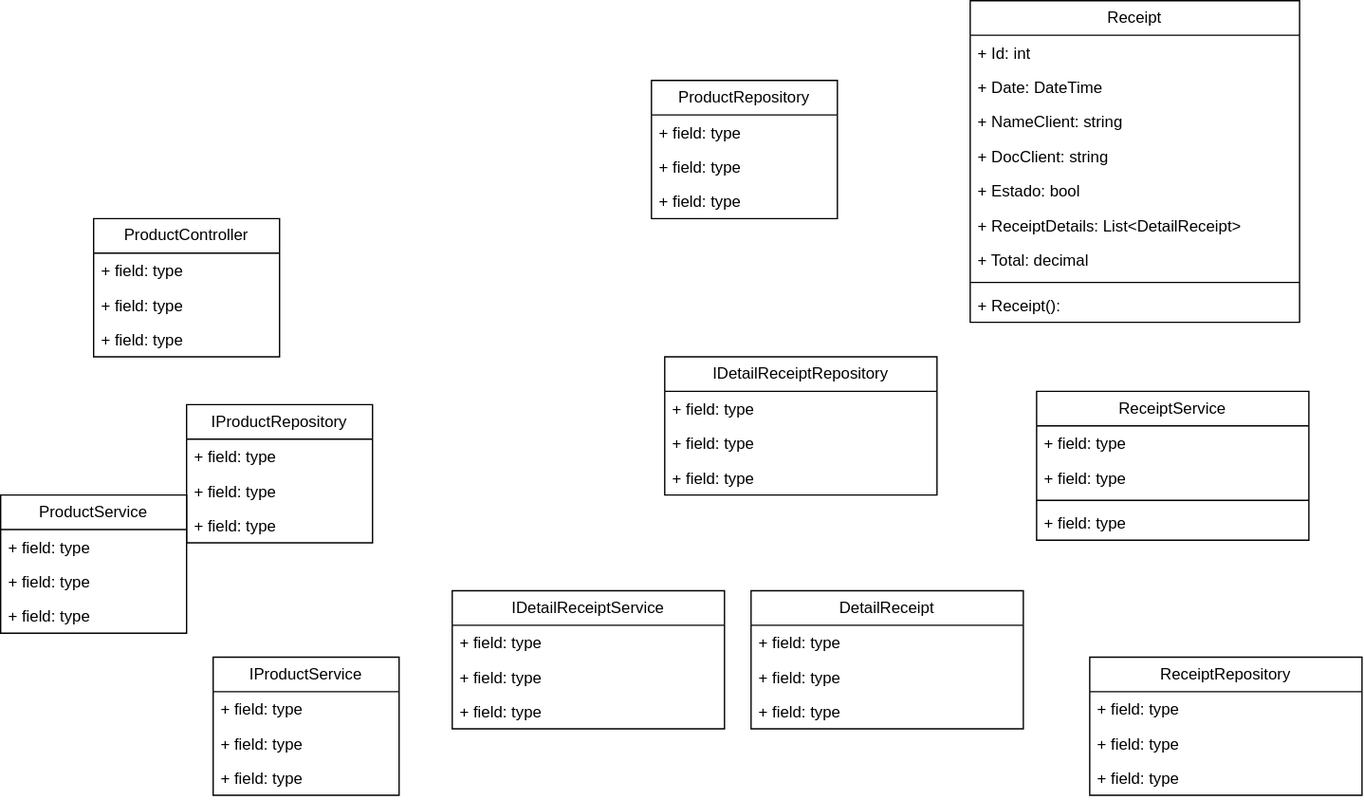
Before: apistore.svg, a diagram exported from draw.io (AlejoR147/ApiStore). Source tidied: cells renumbered, new cells last; positions are measured from the earlier drawing's top-left corner, leaving out a move shared by most shapes.
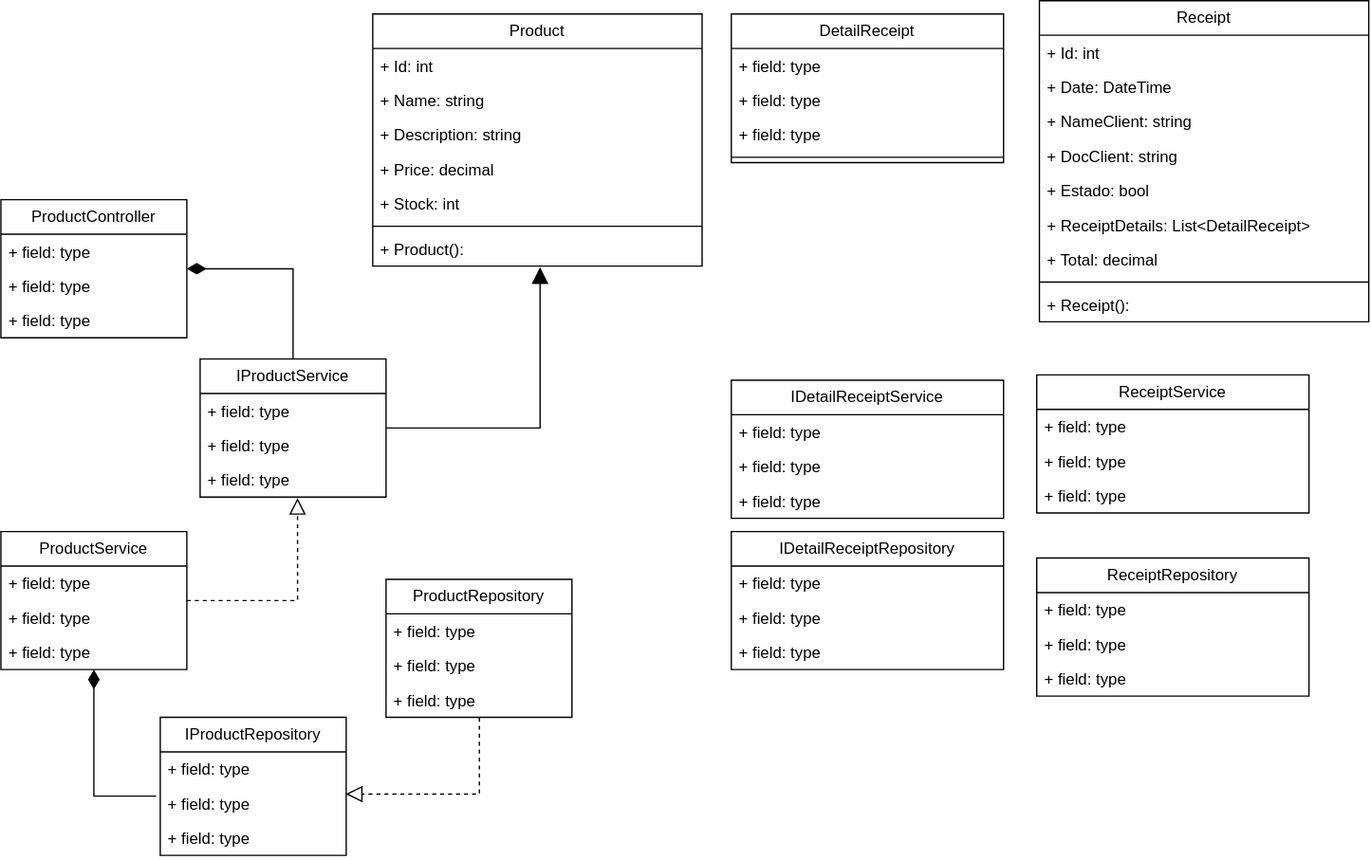
The same file after the commit.

What changed in the source:
```diff
@@ -2,8 +2,11 @@
   <root>
     <mxCell id="0" />
     <mxCell id="1" parent="0" />
+    <mxCell id="53" style="edgeStyle=orthogonalEdgeStyle;rounded=0;jettySize=auto;html=1;exitX=1;exitY=0.5;exitDx=0;exitDy=0;entryX=0.5;entryY=0;entryDx=0;entryDy=0;defaultLabelBackgroundColor=page;startArrow=diamondThin;startFill=1;endArrow=none;endFill=0;startSize=12;" parent="1" edge="1" source="2" target="14">
+      <mxGeometry relative="1" as="geometry" />
+    </mxCell>
     <mxCell id="2" value="ProductController" style="swimlane;fontStyle=0;horizontal=1;startSize=26;fillColor=none;whiteSpace=wrap;html=1;" parent="1" vertex="1">
-      <mxGeometry x="70" y="164" width="140" height="104" as="geometry" />
+      <mxGeometry x="-52" y="150" width="140" height="104" as="geometry" />
     </mxCell>
     <mxCell id="3" value="+ field: type" style="text;strokeColor=none;fillColor=none;align=left;verticalAlign=top;spacingLeft=4;spacingRight=4;overflow=hidden;whiteSpace=wrap;html=1;" parent="2" vertex="1">
       <mxGeometry y="26" width="140" height="26" as="geometry" />
@@ -15,7 +18,7 @@
       <mxGeometry y="78" width="140" height="26" as="geometry" />
     </mxCell>
     <mxCell id="6" value="ProductService" style="swimlane;fontStyle=0;horizontal=1;startSize=26;fillColor=none;whiteSpace=wrap;html=1;" parent="1" vertex="1">
-      <mxGeometry y="372" width="140" height="104" as="geometry" />
+      <mxGeometry x="-52" y="400" width="140" height="104" as="geometry" />
     </mxCell>
     <mxCell id="7" value="+ field: type" style="text;strokeColor=none;fillColor=none;align=left;verticalAlign=top;spacingLeft=4;spacingRight=4;overflow=hidden;whiteSpace=wrap;html=1;" parent="6" vertex="1">
       <mxGeometry y="26" width="140" height="26" as="geometry" />
@@ -27,7 +30,7 @@
       <mxGeometry y="78" width="140" height="26" as="geometry" />
     </mxCell>
     <mxCell id="10" value="ProductRepository" style="swimlane;fontStyle=0;horizontal=1;startSize=26;fillColor=none;whiteSpace=wrap;html=1;" parent="1" vertex="1">
-      <mxGeometry x="490" y="60" width="140" height="104" as="geometry" />
+      <mxGeometry x="238" y="436" width="140" height="104" as="geometry" />
     </mxCell>
     <mxCell id="11" value="+ field: type" style="text;strokeColor=none;fillColor=none;align=left;verticalAlign=top;spacingLeft=4;spacingRight=4;overflow=hidden;whiteSpace=wrap;html=1;" parent="10" vertex="1">
       <mxGeometry y="26" width="140" height="26" as="geometry" />
@@ -38,8 +41,8 @@
     <mxCell id="13" value="+ field: type" style="text;strokeColor=none;fillColor=none;align=left;verticalAlign=top;spacingLeft=4;spacingRight=4;overflow=hidden;points=[[0,0.5],[1,0.5]];portConstraint=eastwest;whiteSpace=wrap;html=1;" parent="10" vertex="1">
       <mxGeometry y="78" width="140" height="26" as="geometry" />
     </mxCell>
-    <mxCell id="14" value="IProductRepository" style="swimlane;fontStyle=0;horizontal=1;startSize=26;fillColor=none;whiteSpace=wrap;html=1;" parent="1" vertex="1">
-      <mxGeometry x="140" y="304" width="140" height="104" as="geometry" />
+    <mxCell id="14" value="IProductService" style="swimlane;fontStyle=0;horizontal=1;startSize=26;fillColor=none;whiteSpace=wrap;html=1;" parent="1" vertex="1">
+      <mxGeometry x="98" y="270" width="140" height="104" as="geometry" />
     </mxCell>
     <mxCell id="15" value="+ field: type" style="text;strokeColor=none;fillColor=none;align=left;verticalAlign=top;spacingLeft=4;spacingRight=4;overflow=hidden;whiteSpace=wrap;html=1;" parent="14" vertex="1">
       <mxGeometry y="26" width="140" height="26" as="geometry" />
@@ -50,8 +53,8 @@
     <mxCell id="17" value="+ field: type" style="text;strokeColor=none;fillColor=none;align=left;verticalAlign=top;spacingLeft=4;spacingRight=4;overflow=hidden;points=[[0,0.5],[1,0.5]];portConstraint=eastwest;whiteSpace=wrap;html=1;" parent="14" vertex="1">
       <mxGeometry y="78" width="140" height="26" as="geometry" />
     </mxCell>
-    <mxCell id="18" value="IProductService" style="swimlane;fontStyle=0;horizontal=1;startSize=26;fillColor=none;whiteSpace=wrap;html=1;" parent="1" vertex="1">
-      <mxGeometry x="160" y="494" width="140" height="104" as="geometry" />
+    <mxCell id="18" value="IProductRepository" style="swimlane;fontStyle=0;horizontal=1;startSize=26;fillColor=none;whiteSpace=wrap;html=1;" parent="1" vertex="1">
+      <mxGeometry x="68" y="540" width="140" height="104" as="geometry" />
     </mxCell>
     <mxCell id="19" value="+ field: type" style="text;strokeColor=none;fillColor=none;align=left;verticalAlign=top;spacingLeft=4;spacingRight=4;overflow=hidden;whiteSpace=wrap;html=1;" parent="18" vertex="1">
       <mxGeometry y="26" width="140" height="26" as="geometry" />
@@ -63,7 +66,7 @@
       <mxGeometry y="78" width="140" height="26" as="geometry" />
     </mxCell>
     <mxCell id="22" value="IDetailReceiptRepository" style="swimlane;fontStyle=0;horizontal=1;startSize=26;fillColor=none;whiteSpace=wrap;html=1;" parent="1" vertex="1">
-      <mxGeometry x="500" y="268" width="205" height="104" as="geometry" />
+      <mxGeometry x="498" y="400" width="205" height="104" as="geometry" />
     </mxCell>
     <mxCell id="23" value="+ field: type" style="text;strokeColor=none;fillColor=none;align=left;verticalAlign=top;spacingLeft=4;spacingRight=4;overflow=hidden;whiteSpace=wrap;html=1;" parent="22" vertex="1">
       <mxGeometry y="26" width="205" height="26" as="geometry" />
@@ -75,7 +78,7 @@
       <mxGeometry y="78" width="205" height="26" as="geometry" />
     </mxCell>
     <mxCell id="26" value="IDetailReceiptService" style="swimlane;fontStyle=0;horizontal=1;startSize=26;fillColor=none;whiteSpace=wrap;html=1;" parent="1" vertex="1">
-      <mxGeometry x="340" y="444" width="205" height="104" as="geometry" />
+      <mxGeometry x="498" y="286" width="205" height="104" as="geometry" />
     </mxCell>
     <mxCell id="27" value="+ field: type" style="text;strokeColor=none;fillColor=none;align=left;verticalAlign=top;spacingLeft=4;spacingRight=4;overflow=hidden;whiteSpace=wrap;html=1;" parent="26" vertex="1">
       <mxGeometry y="26" width="205" height="26" as="geometry" />
@@ -87,7 +90,7 @@
       <mxGeometry y="78" width="205" height="26" as="geometry" />
     </mxCell>
     <mxCell id="30" value="DetailReceipt" style="swimlane;fontStyle=0;horizontal=1;startSize=26;fillColor=none;whiteSpace=wrap;html=1;" parent="1" vertex="1">
-      <mxGeometry x="565" y="444" width="205" height="104" as="geometry" />
+      <mxGeometry x="498" y="10" width="205" height="112" as="geometry" />
     </mxCell>
     <mxCell id="31" value="+ field: type" style="text;strokeColor=none;fillColor=none;align=left;verticalAlign=top;spacingLeft=4;spacingRight=4;overflow=hidden;whiteSpace=wrap;html=1;" parent="30" vertex="1">
       <mxGeometry y="26" width="205" height="26" as="geometry" />
@@ -98,6 +101,9 @@
     <mxCell id="33" value="+ field: type" style="text;strokeColor=none;fillColor=none;align=left;verticalAlign=top;spacingLeft=4;spacingRight=4;overflow=hidden;whiteSpace=wrap;html=1;" parent="30" vertex="1">
       <mxGeometry y="78" width="205" height="26" as="geometry" />
     </mxCell>
+    <mxCell id="54" style="line;strokeWidth=1;fillColor=none;align=left;verticalAlign=middle;spacingTop=-1;spacingLeft=3;spacingRight=3;labelPosition=right;strokeColor=inherit;labelPerimeter=1;" parent="30" vertex="1">
+      <mxGeometry y="104" width="205" height="8" as="geometry" />
+    </mxCell>
     <mxCell id="34" value="Receipt" style="swimlane;fontStyle=0;horizontal=1;startSize=26;fillColor=none;whiteSpace=wrap;html=1;" parent="1" vertex="1">
       <mxGeometry x="730" width="248" height="242" as="geometry" />
     </mxCell>
@@ -129,7 +135,7 @@
       <mxGeometry y="216" width="248" height="26" as="geometry" />
     </mxCell>
     <mxCell id="44" value="ReceiptService" style="swimlane;fontStyle=0;horizontal=1;startSize=26;fillColor=none;whiteSpace=wrap;html=1;" parent="1" vertex="1">
-      <mxGeometry x="780" y="294" width="205" height="112" as="geometry" />
+      <mxGeometry x="728" y="282" width="205" height="104" as="geometry" />
     </mxCell>
     <mxCell id="45" value="+ field: type" style="text;strokeColor=none;fillColor=none;align=left;verticalAlign=top;spacingLeft=4;spacingRight=4;overflow=hidden;whiteSpace=wrap;html=1;" parent="44" vertex="1">
       <mxGeometry y="26" width="205" height="26" as="geometry" />
@@ -137,14 +143,11 @@
     <mxCell id="46" value="+ field: type" style="text;strokeColor=none;fillColor=none;align=left;verticalAlign=top;spacingLeft=4;spacingRight=4;overflow=hidden;whiteSpace=wrap;html=1;" parent="44" vertex="1">
       <mxGeometry y="52" width="205" height="26" as="geometry" />
     </mxCell>
-    <mxCell id="47" style="line;strokeWidth=1;fillColor=none;align=left;verticalAlign=middle;spacingTop=-1;spacingLeft=3;spacingRight=3;labelPosition=right;strokeColor=inherit;labelPerimeter=1;" parent="44" vertex="1">
-      <mxGeometry y="78" width="205" height="8" as="geometry" />
-    </mxCell>
     <mxCell id="48" value="+ field: type" style="text;strokeColor=none;fillColor=none;align=left;verticalAlign=top;spacingLeft=4;spacingRight=4;overflow=hidden;whiteSpace=wrap;html=1;" parent="44" vertex="1">
-      <mxGeometry y="86" width="205" height="26" as="geometry" />
+      <mxGeometry y="78" width="205" height="26" as="geometry" />
     </mxCell>
     <mxCell id="49" value="ReceiptRepository" style="swimlane;fontStyle=0;horizontal=1;startSize=26;fillColor=none;whiteSpace=wrap;html=1;" parent="1" vertex="1">
-      <mxGeometry x="820" y="494" width="205" height="104" as="geometry" />
+      <mxGeometry x="728" y="420" width="205" height="104" as="geometry" />
     </mxCell>
     <mxCell id="50" value="+ field: type" style="text;strokeColor=none;fillColor=none;align=left;verticalAlign=top;spacingLeft=4;spacingRight=4;overflow=hidden;whiteSpace=wrap;html=1;" parent="49" vertex="1">
       <mxGeometry y="26" width="205" height="26" as="geometry" />
@@ -155,5 +158,41 @@
     <mxCell id="52" value="+ field: type" style="text;strokeColor=none;fillColor=none;align=left;verticalAlign=top;spacingLeft=4;spacingRight=4;overflow=hidden;whiteSpace=wrap;html=1;" parent="49" vertex="1">
       <mxGeometry y="78" width="205" height="26" as="geometry" />
     </mxCell>
+    <mxCell id="55" style="edgeStyle=orthogonalEdgeStyle;rounded=0;jettySize=auto;html=1;exitX=1;exitY=0.5;exitDx=0;exitDy=0;entryX=0.524;entryY=1.027;entryDx=0;entryDy=0;entryPerimeter=0;defaultLabelBackgroundColor=page;endArrow=block;endFill=0;dashed=1;startSize=10;endSize=10;" parent="1" edge="1" source="6" target="17">
+      <mxGeometry relative="1" as="geometry" />
+    </mxCell>
+    <mxCell id="56" style="edgeStyle=orthogonalEdgeStyle;rounded=0;jettySize=auto;html=1;exitX=0.502;exitY=1.013;exitDx=0;exitDy=0;entryX=0.998;entryY=0.224;entryDx=0;entryDy=0;entryPerimeter=0;defaultLabelBackgroundColor=page;endArrow=block;endFill=0;dashed=1;startSize=10;endSize=10;exitPerimeter=0;" parent="1" edge="1" source="13" target="20">
+      <mxGeometry relative="1" as="geometry" />
+    </mxCell>
+    <mxCell id="57" value="Product" style="swimlane;fontStyle=0;horizontal=1;startSize=26;fillColor=none;whiteSpace=wrap;html=1;" parent="1" vertex="1">
+      <mxGeometry x="228" y="10" width="248" height="190" as="geometry" />
+    </mxCell>
+    <mxCell id="58" value="+ Id&lt;span style=&quot;background-color: transparent; color: light-dark(#000000, var(--ge-light-color, #ffffff));&quot;&gt;:&amp;nbsp;&lt;/span&gt;int" style="text;strokeColor=none;fillColor=none;align=left;verticalAlign=top;spacingLeft=4;spacingRight=4;overflow=hidden;whiteSpace=wrap;html=1;" parent="57" vertex="1">
+      <mxGeometry y="26" width="248" height="26" as="geometry" />
+    </mxCell>
+    <mxCell id="59" value="+ Name: string" style="text;strokeColor=none;fillColor=none;align=left;verticalAlign=top;spacingLeft=4;spacingRight=4;overflow=hidden;whiteSpace=wrap;html=1;" parent="57" vertex="1">
+      <mxGeometry y="52" width="248" height="26" as="geometry" />
+    </mxCell>
+    <mxCell id="60" value="+ Description: string" style="text;strokeColor=none;fillColor=none;align=left;verticalAlign=top;spacingLeft=4;spacingRight=4;overflow=hidden;whiteSpace=wrap;html=1;" parent="57" vertex="1">
+      <mxGeometry y="78" width="248" height="26" as="geometry" />
+    </mxCell>
+    <mxCell id="61" value="+&amp;nbsp;Price&lt;span style=&quot;background-color: transparent; color: light-dark(#000000, var(--ge-light-color, #ffffff));&quot;&gt;:&amp;nbsp;&lt;/span&gt;decimal" style="text;strokeColor=none;fillColor=none;align=left;verticalAlign=top;spacingLeft=4;spacingRight=4;overflow=hidden;whiteSpace=wrap;html=1;" parent="57" vertex="1">
+      <mxGeometry y="104" width="248" height="26" as="geometry" />
+    </mxCell>
+    <mxCell id="62" value="+ Stock&lt;span style=&quot;background-color: transparent; color: light-dark(#000000, var(--ge-light-color, #ffffff));&quot;&gt;:&amp;nbsp;&lt;/span&gt;int" style="text;strokeColor=none;fillColor=none;align=left;verticalAlign=top;spacingLeft=4;spacingRight=4;overflow=hidden;whiteSpace=wrap;html=1;" parent="57" vertex="1">
+      <mxGeometry y="130" width="248" height="26" as="geometry" />
+    </mxCell>
+    <mxCell id="63" style="line;strokeWidth=1;fillColor=none;align=left;verticalAlign=middle;spacingTop=-1;spacingLeft=3;spacingRight=3;labelPosition=right;strokeColor=inherit;labelPerimeter=1;" parent="57" vertex="1">
+      <mxGeometry y="156" width="248" height="8" as="geometry" />
+    </mxCell>
+    <mxCell id="64" value="+&amp;nbsp;&lt;span style=&quot;text-align: center;&quot;&gt;Product&lt;/span&gt;&lt;span style=&quot;text-align: center;&quot;&gt;():&lt;/span&gt;" style="text;strokeColor=none;fillColor=none;align=left;verticalAlign=top;spacingLeft=4;spacingRight=4;overflow=hidden;points=[[0,0.5],[1,0.5]];portConstraint=eastwest;whiteSpace=wrap;html=1;" parent="57" vertex="1">
+      <mxGeometry y="164" width="248" height="26" as="geometry" />
+    </mxCell>
+    <mxCell id="65" style="edgeStyle=orthogonalEdgeStyle;rounded=0;jettySize=auto;html=1;entryX=-0.022;entryY=0.284;entryDx=0;entryDy=0;defaultLabelBackgroundColor=page;startArrow=diamondThin;startFill=1;endArrow=none;endFill=0;startSize=12;entryPerimeter=0;exitX=0.5;exitY=1;exitDx=0;exitDy=0;" parent="1" edge="1" source="6" target="20">
+      <mxGeometry x="-0.03" relative="1" as="geometry" />
+    </mxCell>
+    <mxCell id="66" style="edgeStyle=orthogonalEdgeStyle;rounded=0;jettySize=auto;html=1;exitX=1;exitY=0.5;exitDx=0;exitDy=0;entryX=0.508;entryY=1.031;entryDx=0;entryDy=0;entryPerimeter=0;defaultLabelBackgroundColor=page;endArrow=block;endFill=1;strokeWidth=1;endSize=10;" parent="1" edge="1" source="14" target="64">
+      <mxGeometry relative="1" as="geometry" />
+    </mxCell>
   </root>
 </mxGraphModel>
```
